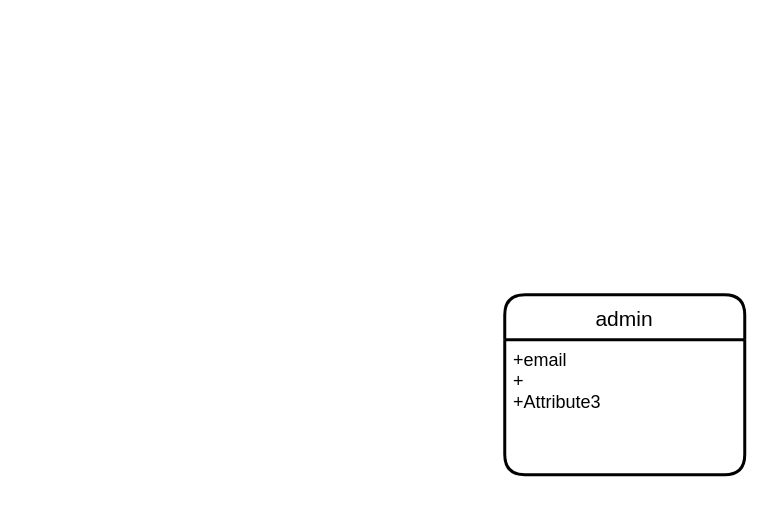
Above: page "Page-3" (3 of 3) of RPLGading.drawio in fazrigading/fazrigading (draw.io), before the change. Source tidied: cells renumbered, new cells numbered last; positions are measured from the earlier drawing's top-left corner, leaving out a move shared by most shapes. Both pictures are drawn from the tidied source at 150%, with x=0, y=0 at pixel (504, 294).
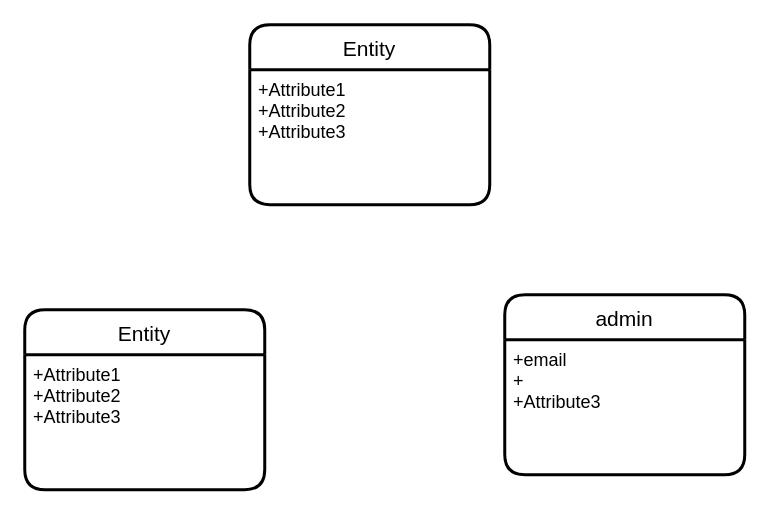
Above is the later version.

Change to the diagram source:
```diff
@@
 <mxGraphModel>
   <root>
     <mxCell id="0" />
     <mxCell id="1" parent="0" />
     <mxCell id="2" value="admin" style="swimlane;horizontal=1;startSize=30;rounded=1;fontSize=14;fontStyle=0;strokeWidth=2;shadow=0;dashed=0;align=center;" parent="1" vertex="1">
       <mxGeometry width="160" height="120" as="geometry" />
     </mxCell>
     <mxCell id="3" value="+email&#10;+&#10;+Attribute3" style="align=left;strokeColor=none;fillColor=none;spacingLeft=4;fontSize=12;verticalAlign=top;" parent="2" vertex="1">
       <mxGeometry y="30" width="160" height="90" as="geometry" />
     </mxCell>
     <mxCell id="4" style="align=left;strokeColor=none;fillColor=none;spacingLeft=4;fontSize=12;verticalAlign=top;" parent="2" vertex="1">
       <mxGeometry y="120" width="160" as="geometry" />
     </mxCell>
     <mxCell id="5" style="align=left;strokeColor=none;fillColor=none;spacingLeft=4;fontSize=12;verticalAlign=top;" parent="2" vertex="1">
       <mxGeometry y="120" width="160" as="geometry" />
     </mxCell>
     <mxCell id="6" style="align=left;strokeColor=none;fillColor=none;spacingLeft=4;fontSize=12;verticalAlign=top;" parent="2" vertex="1">
       <mxGeometry y="120" width="160" as="geometry" />
     </mxCell>
+    <mxCell id="7" value="Entity" style="swimlane;horizontal=1;startSize=30;rounded=1;fontSize=14;fontStyle=0;strokeWidth=2;shadow=0;dashed=0;align=center;" parent="1" vertex="1">
+      <mxGeometry x="-320" y="10" width="160" height="120" as="geometry" />
+    </mxCell>
+    <mxCell id="8" value="+Attribute1&#10;+Attribute2&#10;+Attribute3" style="align=left;strokeColor=none;fillColor=none;spacingLeft=4;fontSize=12;verticalAlign=top;" parent="7" vertex="1">
+      <mxGeometry y="30" width="160" height="90" as="geometry" />
+    </mxCell>
+    <mxCell id="9" value="Entity" style="swimlane;horizontal=1;startSize=30;rounded=1;fontSize=14;fontStyle=0;strokeWidth=2;shadow=0;dashed=0;align=center;" parent="1" vertex="1">
+      <mxGeometry x="-170" y="-180" width="160" height="120" as="geometry" />
+    </mxCell>
+    <mxCell id="10" value="+Attribute1&#10;+Attribute2&#10;+Attribute3" style="align=left;strokeColor=none;fillColor=none;spacingLeft=4;fontSize=12;verticalAlign=top;" parent="9" vertex="1">
+      <mxGeometry y="30" width="160" height="90" as="geometry" />
+    </mxCell>
   </root>
 </mxGraphModel>
```
